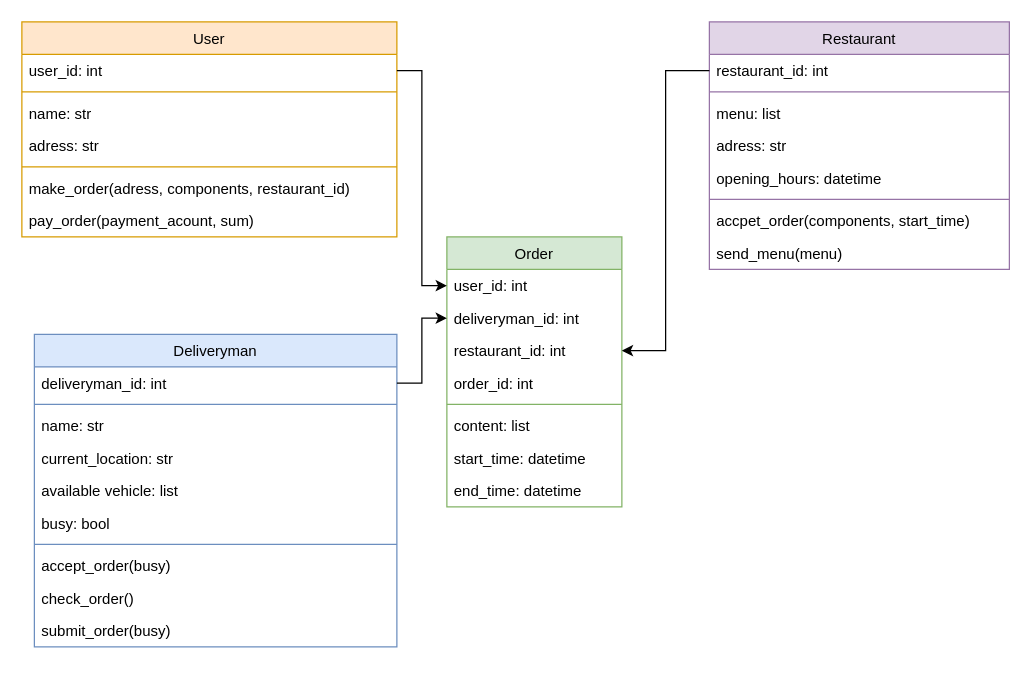
Above: dia5.drawio in Anton-beep/task33 (draw.io), before the change. Source tidied: cells renumbered, new cells numbered last; positions are measured from the earlier drawing's top-left corner, leaving out a move shared by most shapes. Both pictures are drawn from the tidied source at 125%, with x=0, y=0 at pixel (21, 21).
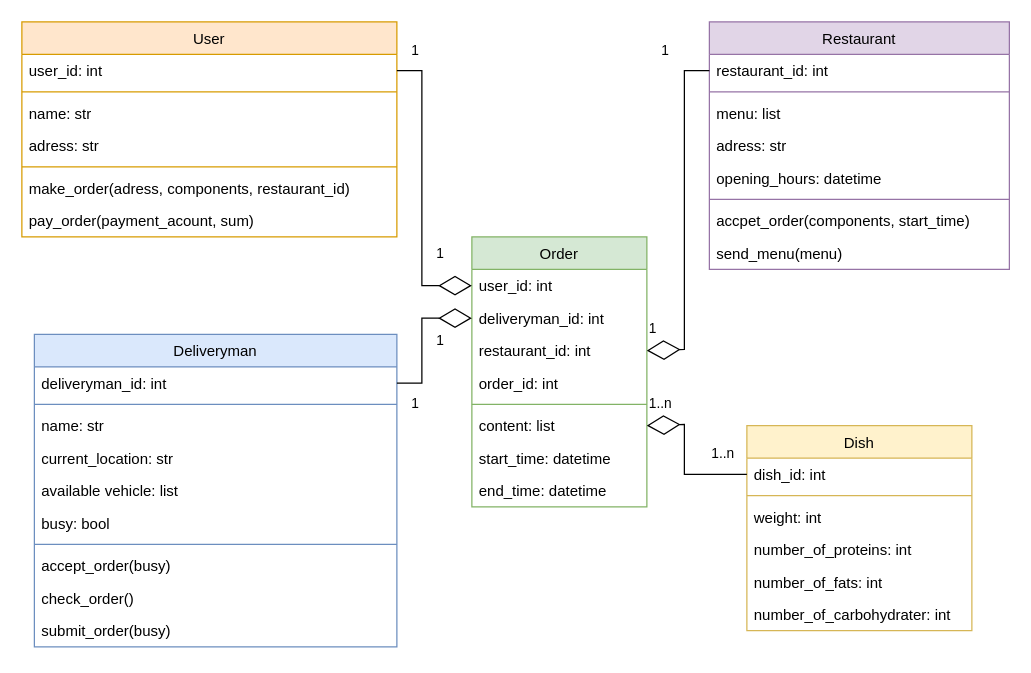
The same page after the edit.

The change refers to these unchanged cells:
```xml
<mxCell id="3" value="user_id: int" style="text;strokeColor=none;fillColor=none;align=left;verticalAlign=top;spacingLeft=4;spacingRight=4;overflow=hidden;points=[[0,0.5],[1,0.5]];portConstraint=eastwest;" parent="2" vertex="1">
  <mxGeometry y="26" width="300" height="26" as="geometry" />
</mxCell>
<mxCell id="11" value="deliveryman_id: int" style="text;strokeColor=none;fillColor=none;align=left;verticalAlign=top;spacingLeft=4;spacingRight=4;overflow=hidden;points=[[0,0.5],[1,0.5]];portConstraint=eastwest;" parent="10" vertex="1">
  <mxGeometry y="26" width="290" height="26" as="geometry" />
</mxCell>
<mxCell id="22" value="user_id: int" style="text;strokeColor=none;fillColor=none;align=left;verticalAlign=top;spacingLeft=4;spacingRight=4;overflow=hidden;points=[[0,0.5],[1,0.5]];portConstraint=eastwest;" parent="21" vertex="1">
  <mxGeometry y="26" width="140" height="26" as="geometry" />
</mxCell>
<mxCell id="23" value="deliveryman_id: int" style="text;strokeColor=none;fillColor=none;align=left;verticalAlign=top;spacingLeft=4;spacingRight=4;overflow=hidden;points=[[0,0.5],[1,0.5]];portConstraint=eastwest;" parent="21" vertex="1">
  <mxGeometry y="52" width="140" height="26" as="geometry" />
</mxCell>
<mxCell id="24" value="restaurant_id: int" style="text;strokeColor=none;fillColor=none;align=left;verticalAlign=top;spacingLeft=4;spacingRight=4;overflow=hidden;points=[[0,0.5],[1,0.5]];portConstraint=eastwest;" parent="21" vertex="1">
  <mxGeometry y="78" width="140" height="26" as="geometry" />
</mxCell>
<mxCell id="27" value="content: list" style="text;strokeColor=none;fillColor=none;align=left;verticalAlign=top;spacingLeft=4;spacingRight=4;overflow=hidden;points=[[0,0.5],[1,0.5]];portConstraint=eastwest;" parent="21" vertex="1">
  <mxGeometry y="138" width="140" height="26" as="geometry" />
</mxCell>
<mxCell id="31" value="restaurant_id: int" style="text;strokeColor=none;fillColor=none;align=left;verticalAlign=top;spacingLeft=4;spacingRight=4;overflow=hidden;points=[[0,0.5],[1,0.5]];portConstraint=eastwest;" parent="30" vertex="1">
  <mxGeometry y="26" width="240" height="26" as="geometry" />
</mxCell>
```

The edit, as a diff of the source:
```diff
@@
     <mxCell id="21" value="Order" style="swimlane;fontStyle=0;horizontal=1;startSize=26;fillColor=#d5e8d4;strokeColor=#82b366;" parent="1" vertex="1">
-      <mxGeometry x="340" y="172" width="140" height="216" as="geometry" />
+      <mxGeometry x="360" y="172" width="140" height="216" as="geometry" />
     </mxCell>
@@
+    <mxCell id="42" value="Dish" style="swimlane;fontStyle=0;horizontal=1;startSize=26;fillColor=#fff2cc;strokeColor=#d6b656;" parent="1" vertex="1">
+      <mxGeometry x="580" y="323" width="180" height="164" as="geometry" />
+    </mxCell>
+    <mxCell id="43" value="dish_id: int" style="text;strokeColor=none;fillColor=none;align=left;verticalAlign=top;spacingLeft=4;spacingRight=4;overflow=hidden;points=[[0,0.5],[1,0.5]];portConstraint=eastwest;" parent="42" vertex="1">
+      <mxGeometry y="26" width="180" height="26" as="geometry" />
+    </mxCell>
+    <mxCell id="44" style="line;strokeWidth=1;fillColor=none;align=left;verticalAlign=middle;spacingTop=-1;spacingLeft=3;spacingRight=3;labelPosition=right;strokeColor=inherit;" parent="42" vertex="1">
+      <mxGeometry y="52" width="180" height="8" as="geometry" />
+    </mxCell>
+    <mxCell id="45" value="weight: int" style="text;strokeColor=none;fillColor=none;align=left;verticalAlign=top;spacingLeft=4;spacingRight=4;overflow=hidden;" parent="42" vertex="1">
+      <mxGeometry y="60" width="180" height="26" as="geometry" />
+    </mxCell>
+    <mxCell id="46" value="number_of_proteins: int" style="text;strokeColor=none;fillColor=none;align=left;verticalAlign=top;spacingLeft=4;spacingRight=4;overflow=hidden;" parent="42" vertex="1">
+      <mxGeometry y="86" width="180" height="26" as="geometry" />
+    </mxCell>
+    <mxCell id="47" value="number_of_fats: int" style="text;strokeColor=none;fillColor=none;align=left;verticalAlign=top;spacingLeft=4;spacingRight=4;overflow=hidden;" parent="42" vertex="1">
+      <mxGeometry y="112" width="180" height="26" as="geometry" />
+    </mxCell>
+    <mxCell id="48" value="number_of_carbohydrater: int" style="text;strokeColor=none;fillColor=none;align=left;verticalAlign=top;spacingLeft=4;spacingRight=4;overflow=hidden;" parent="42" vertex="1">
+      <mxGeometry y="138" width="180" height="26" as="geometry" />
+    </mxCell>
+    <mxCell id="41" style="endArrow=diamondThin;endFill=0;endSize=24;html=1;rounded=0;exitX=1;exitY=0.5;exitDx=0;exitDy=0;entryX=0;entryY=0.5;entryDx=0;entryDy=0;" parent="1" edge="1" source="11" target="23">
+      <mxGeometry relative="1" as="geometry">
+        <Array as="points">
+          <mxPoint x="320" y="289" />
+          <mxPoint x="320" y="237" />
+        </Array>
+      </mxGeometry>
+    </mxCell>
+    <mxCell id="49" value="1" style="edgeLabel;html=1;align=left;verticalAlign=top;" parent="1" vertex="1">
+      <mxGeometry x="330" y="242" as="geometry" />
+    </mxCell>
+    <mxCell id="50" value="1" style="edgeLabel;html=1;align=left;verticalAlign=top;" parent="1" vertex="1">
+      <mxGeometry x="310" y="292" as="geometry" />
+    </mxCell>
-    <mxCell id="39" style="edgeStyle=orthogonalEdgeStyle;rounded=0;jumpStyle=arc;jettySize=auto;html=1;exitX=1;exitY=0.5;exitDx=0;exitDy=0;entryX=0;entryY=0.5;entryDx=0;entryDy=0;" parent="1" edge="1" source="3" target="22">
-      <mxGeometry relative="1" as="geometry" />
+    <mxCell id="39" style="endArrow=diamondThin;endFill=0;endSize=24;html=1;rounded=0;exitX=1;exitY=0.5;exitDx=0;exitDy=0;entryX=0;entryY=0.5;entryDx=0;entryDy=0;" parent="1" edge="1" source="3" target="22">
+      <mxGeometry relative="1" as="geometry">
+        <Array as="points">
+          <mxPoint x="320" y="39" />
+          <mxPoint x="320" y="211" />
+        </Array>
+      </mxGeometry>
     </mxCell>
+    <mxCell id="51" value="1" style="edgeLabel;html=1;align=left;verticalAlign=top;" parent="1" vertex="1">
+      <mxGeometry x="330" y="172" as="geometry" />
+    </mxCell>
+    <mxCell id="52" value="1" style="edgeLabel;html=1;align=left;verticalAlign=top;" parent="1" vertex="1">
+      <mxGeometry x="310" y="10" as="geometry" />
+    </mxCell>
-    <mxCell id="40" style="edgeStyle=orthogonalEdgeStyle;rounded=0;jumpStyle=arc;jettySize=auto;html=1;exitX=0;exitY=0.5;exitDx=0;exitDy=0;entryX=1;entryY=0.5;entryDx=0;entryDy=0;" parent="1" edge="1" source="31" target="24">
-      <mxGeometry relative="1" as="geometry" />
+    <mxCell id="40" style="endArrow=diamondThin;endFill=0;endSize=24;html=1;rounded=0;exitX=0;exitY=0.5;exitDx=0;exitDy=0;entryX=1;entryY=0.5;entryDx=0;entryDy=0;" parent="1" edge="1" source="31" target="24">
+      <mxGeometry relative="1" as="geometry">
+        <Array as="points">
+          <mxPoint x="530" y="39" />
+          <mxPoint x="530" y="262" />
+        </Array>
+      </mxGeometry>
     </mxCell>
-    <mxCell id="41" style="edgeStyle=orthogonalEdgeStyle;rounded=0;jumpStyle=arc;jettySize=auto;html=1;exitX=1;exitY=0.5;exitDx=0;exitDy=0;" parent="1" edge="1" source="11" target="23">
-      <mxGeometry relative="1" as="geometry" />
-    </mxCell>
+    <mxCell id="53" value="1" style="edgeLabel;html=1;align=left;verticalAlign=top;" parent="1" vertex="1">
+      <mxGeometry x="510" y="10" as="geometry" />
+    </mxCell>
+    <mxCell id="54" value="1" style="edgeLabel;html=1;align=left;verticalAlign=top;" parent="1" vertex="1">
+      <mxGeometry x="500" y="232" as="geometry" />
+    </mxCell>
+    <mxCell id="55" style="endArrow=diamondThin;endFill=0;endSize=24;html=1;rounded=0;exitX=0;exitY=0.5;exitDx=0;exitDy=0;entryX=1;entryY=0.5;entryDx=0;entryDy=0;" parent="1" edge="1" source="43" target="27">
+      <mxGeometry relative="1" as="geometry">
+        <Array as="points">
+          <mxPoint x="530" y="362" />
+          <mxPoint x="530" y="322" />
+        </Array>
+      </mxGeometry>
+    </mxCell>
+    <mxCell id="56" value="1..n" style="edgeLabel;html=1;align=left;verticalAlign=top;" parent="1" vertex="1">
+      <mxGeometry x="500" y="292" as="geometry" />
+    </mxCell>
+    <mxCell id="57" value="1..n" style="edgeLabel;html=1;align=left;verticalAlign=top;" parent="1" vertex="1">
+      <mxGeometry x="550" y="332" as="geometry" />
+    </mxCell>
```
